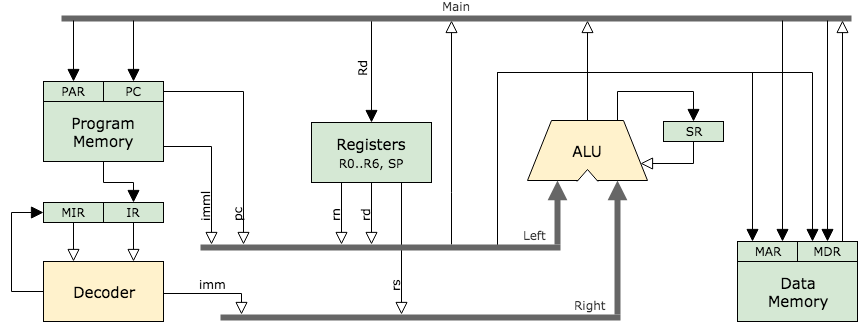
John-Lluch/CPU74 keeps this draw.io diagram as Docs/CPU74Diagram.png. Above is the earlier version. Source tidied: cells renumbered, new cells last; positions are measured from the earlier drawing's top-left corner, leaving out a move shared by most shapes.
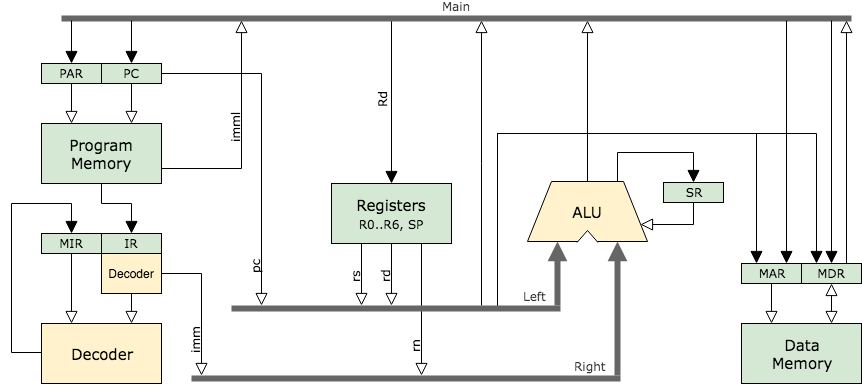
After the change.

What changed in the source:
```diff
@@ -12,8 +12,8 @@
     <mxCell id="3" style="edgeStyle=orthogonalEdgeStyle;rounded=0;jettySize=auto;html=1;labelBackgroundColor=none;startSize=10;endArrow=block;endFill=0;endSize=10;strokeWidth=1;fontFamily=Verdana;fontSize=14;align=center;strokeColor=#000000;shadow=0;comic=0;" parent="1" edge="1" source="11" target="15">
       <mxGeometry relative="1" as="geometry">
         <Array as="points">
-          <mxPoint x="440" y="179" />
-          <mxPoint x="440" y="179" />
+          <mxPoint x="470" y="89" />
+          <mxPoint x="470" y="89" />
         </Array>
       </mxGeometry>
     </mxCell>
@@ -31,33 +31,33 @@
         <mxPoint x="486" y="231" as="sourcePoint" />
         <Array as="points">
           <mxPoint x="486" y="59" />
-          <mxPoint x="741" y="59" />
+          <mxPoint x="745" y="59" />
         </Array>
       </mxGeometry>
     </mxCell>
-    <mxCell id="8" value="rs" style="edgeStyle=none;rounded=0;jettySize=auto;html=1;exitX=0.75;exitY=1;exitDx=0;exitDy=0;fontFamily=Verdana;fontSize=12;labelPosition=center;verticalLabelPosition=middle;align=left;verticalAlign=bottom;horizontal=0;strokeWidth=1;labelBackgroundColor=none;spacing=0;spacingRight=2;endArrow=block;endFill=0;endSize=10;startSize=10;" parent="1" edge="1" source="10" target="13">
+    <mxCell id="8" value="rn" style="edgeStyle=none;rounded=0;jettySize=auto;html=1;exitX=0.75;exitY=1;exitDx=0;exitDy=0;fontFamily=Verdana;fontSize=12;labelPosition=center;verticalLabelPosition=middle;align=left;verticalAlign=bottom;horizontal=0;strokeWidth=1;labelBackgroundColor=none;spacing=0;spacingRight=2;endArrow=block;endFill=0;endSize=10;startSize=10;" parent="1" edge="1" source="10" target="13">
       <mxGeometry x="0.67" relative="1" as="geometry" />
     </mxCell>
     <mxCell id="9" value="Rd" style="edgeStyle=none;rounded=0;jettySize=auto;html=1;labelBackgroundColor=none;startSize=10;endArrow=block;endFill=1;endSize=10;strokeWidth=1;fontFamily=Verdana;fontSize=12;align=center;entryX=0.5;entryY=0;entryDx=0;entryDy=0;horizontal=0;verticalAlign=bottom;spacingRight=6;startArrow=none;startFill=0;" parent="1" edge="1" source="15" target="10">
       <mxGeometry relative="1" as="geometry" />
     </mxCell>
     <mxCell id="10" value="&lt;font&gt;Registers&lt;br&gt;&lt;font style=&quot;font-size: 12px&quot;&gt;R0..R6, SP&lt;/font&gt;&lt;/font&gt;" style="text;html=1;strokeColor=#000000;fillColor=#d5e8d4;align=center;verticalAlign=middle;whiteSpace=wrap;rounded=0;strokeWidth=1;fontFamily=Verdana;fontSize=15;" parent="1" vertex="1">
-      <mxGeometry x="300" y="109" width="120" height="60" as="geometry" />
+      <mxGeometry x="320" y="109" width="120" height="60" as="geometry" />
     </mxCell>
     <mxCell id="11" value="Left&amp;nbsp;" style="line;strokeWidth=6;html=1;perimeter=backbonePerimeter;points=[];outlineConnect=0;fontFamily=Verdana;fontSize=12;horizontal=1;verticalAlign=bottom;labelBackgroundColor=none;align=right;spacing=6;fillColor=#f5f5f5;strokeColor=#666666;fontColor=#333333;" parent="1" vertex="1">
-      <mxGeometry x="189" y="229" width="360" height="10" as="geometry" />
+      <mxGeometry x="220" y="229" width="329" height="10" as="geometry" />
     </mxCell>
-    <mxCell id="12" value="rn" style="edgeStyle=none;rounded=0;jettySize=auto;html=1;exitX=0.25;exitY=1;exitDx=0;exitDy=0;fontFamily=Verdana;fontSize=12;labelPosition=center;verticalLabelPosition=middle;align=left;verticalAlign=bottom;horizontal=0;labelBackgroundColor=none;spacing=0;spacingRight=2;endArrow=block;endFill=0;strokeWidth=1;endSize=10;startSize=10;" parent="1" edge="1" source="10" target="11">
+    <mxCell id="12" value="rs" style="edgeStyle=none;rounded=0;jettySize=auto;html=1;exitX=0.25;exitY=1;exitDx=0;exitDy=0;fontFamily=Verdana;fontSize=12;labelPosition=center;verticalLabelPosition=middle;align=left;verticalAlign=bottom;horizontal=0;labelBackgroundColor=none;spacing=0;spacingRight=2;endArrow=block;endFill=0;strokeWidth=1;endSize=10;startSize=10;" parent="1" edge="1" source="10" target="11">
       <mxGeometry x="0.29" relative="1" as="geometry" />
     </mxCell>
     <mxCell id="13" value="Right&amp;nbsp;" style="line;strokeWidth=6;html=1;perimeter=backbonePerimeter;points=[];outlineConnect=0;fontFamily=Verdana;fontSize=12;spacing=6;verticalAlign=bottom;shadow=0;align=right;fillColor=#f5f5f5;strokeColor=#666666;fontColor=#333333;labelBackgroundColor=none;" parent="1" vertex="1">
-      <mxGeometry x="209" y="299" width="400" height="10" as="geometry" />
+      <mxGeometry x="180" y="299" width="429" height="10" as="geometry" />
     </mxCell>
     <mxCell id="14" style="edgeStyle=none;rounded=0;jettySize=auto;html=1;fontFamily=Verdana;fontSize=14;labelPosition=right;verticalLabelPosition=middle;align=center;verticalAlign=bottom;horizontal=0;labelBackgroundColor=none;spacing=6;spacingRight=2;endArrow=block;endFill=0;strokeWidth=6;endSize=4;startSize=4;entryX=0.25;entryY=1;entryDx=0;entryDy=0;fillColor=#f5f5f5;strokeColor=#666666;" parent="1" edge="1" source="11" target="4">
       <mxGeometry relative="1" as="geometry" />
     </mxCell>
     <mxCell id="15" value="Main" style="line;strokeWidth=6;html=1;perimeter=backbonePerimeter;points=[];outlineConnect=0;fontFamily=Verdana;fontSize=12;spacing=6;verticalAlign=bottom;fillColor=#f5f5f5;strokeColor=#666666;shadow=0;align=center;fontColor=#333333;labelBackgroundColor=none;" parent="1" vertex="1">
-      <mxGeometry x="50" width="790" height="10" as="geometry" />
+      <mxGeometry x="50" y="-61" width="790" height="10" as="geometry" />
     </mxCell>
     <mxCell id="16" style="edgeStyle=none;rounded=0;jettySize=auto;html=1;exitX=0.75;exitY=0;exitDx=0;exitDy=0;labelBackgroundColor=none;startSize=10;endArrow=block;endFill=0;endSize=10;strokeWidth=1;fontFamily=Verdana;fontSize=14;align=center;" parent="1" edge="1" source="23" target="15">
       <mxGeometry relative="1" as="geometry" />
@@ -74,24 +74,12 @@
     <mxCell id="20" style="rounded=0;whiteSpace=wrap;html=1;shadow=0;labelBackgroundColor=none;strokeWidth=1;fontFamily=Verdana;fontSize=14;align=right;strokeColor=none;" parent="18" vertex="1">
       <mxGeometry y="18" width="30" height="10" as="geometry" />
     </mxCell>
-    <mxCell id="21" style="group;" parent="1" vertex="1">
-      <mxGeometry x="726" y="228" width="120" height="80" as="geometry" />
-    </mxCell>
-    <mxCell id="22" value="Data&lt;br&gt;Memory" style="text;html=1;strokeColor=#000000;fillColor=#d5e8d4;align=center;verticalAlign=middle;whiteSpace=wrap;rounded=0;strokeWidth=1;fontFamily=Verdana;fontSize=15;" parent="21" vertex="1">
-      <mxGeometry y="20" width="120" height="60" as="geometry" />
-    </mxCell>
-    <mxCell id="23" value="&lt;font style=&quot;font-size: 12px;&quot;&gt;MDR&lt;/font&gt;" style="text;html=1;strokeColor=#000000;fillColor=#d5e8d4;align=center;verticalAlign=middle;whiteSpace=wrap;rounded=0;strokeWidth=1;fontFamily=Verdana;fontSize=12;" parent="21" vertex="1">
-      <mxGeometry x="60" width="60" height="20" as="geometry" />
-    </mxCell>
-    <mxCell id="24" value="&lt;font style=&quot;font-size: 12px;&quot;&gt;MAR&lt;/font&gt;" style="text;html=1;strokeColor=#000000;fillColor=#d5e8d4;align=center;verticalAlign=middle;whiteSpace=wrap;rounded=0;strokeWidth=1;fontFamily=Verdana;fontSize=12;horizontal=1;" parent="21" vertex="1">
-      <mxGeometry width="60" height="20" as="geometry" />
-    </mxCell>
     <mxCell id="25" style="edgeStyle=orthogonalEdgeStyle;rounded=0;jettySize=auto;html=1;labelBackgroundColor=none;startSize=10;endArrow=block;endFill=1;endSize=10;strokeWidth=1;fontFamily=Verdana;fontSize=14;align=center;entryX=0.25;entryY=0;entryDx=0;entryDy=0;" parent="1" edge="1" target="23">
       <mxGeometry relative="1" as="geometry">
         <mxPoint x="486" y="231" as="sourcePoint" />
         <Array as="points">
           <mxPoint x="486" y="59" />
-          <mxPoint x="801" y="59" />
+          <mxPoint x="805" y="59" />
         </Array>
       </mxGeometry>
     </mxCell>
@@ -104,74 +92,102 @@
     <mxCell id="28" value="&lt;font style=&quot;font-size: 12px;&quot;&gt;SR&lt;/font&gt;" style="text;html=1;strokeColor=#000000;fillColor=#d5e8d4;align=center;verticalAlign=middle;whiteSpace=wrap;rounded=0;strokeWidth=1;fontFamily=Verdana;fontSize=12;" parent="1" vertex="1">
       <mxGeometry x="652" y="108" width="60" height="20" as="geometry" />
     </mxCell>
-    <mxCell id="29" style="group;" parent="1" vertex="1">
-      <mxGeometry x="32" y="68" width="120" height="80" as="geometry" />
-    </mxCell>
-    <mxCell id="30" value="Program&lt;br&gt;Memory" style="text;html=1;strokeColor=#000000;fillColor=#d5e8d4;align=center;verticalAlign=middle;whiteSpace=wrap;rounded=0;strokeWidth=1;fontFamily=Verdana;fontSize=15;" parent="29" vertex="1">
-      <mxGeometry y="20" width="120" height="60" as="geometry" />
-    </mxCell>
-    <mxCell id="31" value="PC" style="text;html=1;strokeColor=#000000;fillColor=#d5e8d4;align=center;verticalAlign=middle;whiteSpace=wrap;rounded=0;strokeWidth=1;fontFamily=Verdana;fontSize=12;" parent="29" vertex="1">
-      <mxGeometry x="60" width="60" height="20" as="geometry" />
-    </mxCell>
-    <mxCell id="32" value="PAR" style="text;html=1;strokeColor=#000000;fillColor=#d5e8d4;align=center;verticalAlign=middle;whiteSpace=wrap;rounded=0;strokeWidth=1;fontFamily=Verdana;fontSize=12;" parent="29" vertex="1">
-      <mxGeometry width="60" height="20" as="geometry" />
-    </mxCell>
-    <mxCell id="33" style="edgeStyle=orthogonalEdgeStyle;rounded=0;jettySize=auto;html=1;exitX=0;exitY=0.5;exitDx=0;exitDy=0;labelBackgroundColor=none;startSize=10;endArrow=block;endFill=1;endSize=10;strokeWidth=1;fontFamily=Verdana;fontSize=14;align=center;entryX=0;entryY=0.5;entryDx=0;entryDy=0;" parent="1" edge="1" source="35" target="39">
+    <mxCell id="33" style="edgeStyle=orthogonalEdgeStyle;rounded=0;jettySize=auto;html=1;exitX=0;exitY=0.5;exitDx=0;exitDy=0;labelBackgroundColor=none;startSize=10;endArrow=block;endFill=1;endSize=10;strokeWidth=1;fontFamily=Verdana;fontSize=14;align=center;entryX=0.5;entryY=0;entryDx=0;entryDy=0;" parent="1" edge="1" source="35" target="39">
       <mxGeometry relative="1" as="geometry">
         <Array as="points">
+          <mxPoint x="30" y="278" />
           <mxPoint y="278" />
-          <mxPoint y="199" />
+          <mxPoint y="129" />
+          <mxPoint x="60" y="129" />
         </Array>
       </mxGeometry>
     </mxCell>
-    <mxCell id="34" value="imm" style="edgeStyle=orthogonalEdgeStyle;rounded=0;jettySize=auto;html=1;exitX=1;exitY=0.5;exitDx=0;exitDy=0;labelBackgroundColor=none;startSize=10;endArrow=block;endFill=0;endSize=10;strokeWidth=1;fontFamily=Verdana;fontSize=12;align=center;verticalAlign=bottom;" parent="1" edge="1" source="35" target="13">
-      <mxGeometry relative="1" as="geometry">
+    <mxCell id="34" value="imm" style="edgeStyle=orthogonalEdgeStyle;rounded=0;jettySize=auto;html=1;exitX=1;exitY=0.5;exitDx=0;exitDy=0;labelBackgroundColor=none;startSize=10;endArrow=block;endFill=0;endSize=10;strokeWidth=1;fontFamily=Verdana;fontSize=12;align=left;verticalAlign=bottom;horizontal=0;spacing=0;spacingRight=2;" parent="1" edge="1" source="50" target="13">
+      <mxGeometry x="0.7" relative="1" as="geometry">
         <Array as="points">
-          <mxPoint x="152" y="280" />
-          <mxPoint x="230" y="280" />
+          <mxPoint x="190" y="199" />
         </Array>
       </mxGeometry>
     </mxCell>
     <mxCell id="35" value="Decoder" style="text;html=1;strokeColor=#000000;fillColor=#fff2cc;align=center;verticalAlign=middle;whiteSpace=wrap;rounded=0;strokeWidth=1;fontFamily=Verdana;fontSize=15;" parent="1" vertex="1">
-      <mxGeometry x="32" y="248" width="120" height="60" as="geometry" />
+      <mxGeometry x="30" y="249" width="120" height="60" as="geometry" />
     </mxCell>
-    <mxCell id="36" style="edgeStyle=none;rounded=0;jettySize=auto;html=1;exitX=0.5;exitY=1;exitDx=0;exitDy=0;entryX=0.75;entryY=0;entryDx=0;entryDy=0;labelBackgroundColor=none;startSize=10;endArrow=block;endFill=0;endSize=10;strokeWidth=1;fontFamily=Verdana;fontSize=14;align=center;" parent="1" edge="1" source="37" target="35">
-      <mxGeometry relative="1" as="geometry" />
-    </mxCell>
     <mxCell id="37" value="IR" style="text;html=1;strokeColor=#000000;fillColor=#d5e8d4;align=center;verticalAlign=middle;whiteSpace=wrap;rounded=0;strokeWidth=1;fontFamily=Verdana;fontSize=12;" parent="1" vertex="1">
-      <mxGeometry x="92" y="189" width="60" height="20" as="geometry" />
+      <mxGeometry x="90" y="159" width="60" height="20" as="geometry" />
     </mxCell>
     <mxCell id="38" style="edgeStyle=none;rounded=0;jettySize=auto;html=1;exitX=0.5;exitY=1;exitDx=0;exitDy=0;labelBackgroundColor=none;startSize=10;endArrow=block;endFill=0;endSize=10;strokeWidth=1;fontFamily=Verdana;fontSize=14;align=center;entryX=0.25;entryY=0;entryDx=0;entryDy=0;" parent="1" edge="1" source="39" target="35">
       <mxGeometry relative="1" as="geometry" />
     </mxCell>
     <mxCell id="39" value="MIR" style="text;html=1;strokeColor=#000000;fillColor=#d5e8d4;align=center;verticalAlign=middle;whiteSpace=wrap;rounded=0;strokeWidth=1;fontFamily=Verdana;fontSize=12;" parent="1" vertex="1">
-      <mxGeometry x="32" y="189" width="60" height="20" as="geometry" />
+      <mxGeometry x="30" y="159" width="60" height="20" as="geometry" />
     </mxCell>
     <mxCell id="40" style="edgeStyle=orthogonalEdgeStyle;rounded=0;jettySize=auto;html=1;exitX=0.5;exitY=1;exitDx=0;exitDy=0;entryX=0.5;entryY=0;entryDx=0;entryDy=0;labelBackgroundColor=none;startSize=10;endArrow=block;endFill=1;endSize=10;strokeWidth=1;fontFamily=Verdana;fontSize=14;align=center;" parent="1" edge="1" source="30" target="37">
-      <mxGeometry relative="1" as="geometry" />
+      <mxGeometry relative="1" as="geometry">
+        <Array as="points">
+          <mxPoint x="90" y="129" />
+          <mxPoint x="120" y="129" />
+        </Array>
+      </mxGeometry>
     </mxCell>
-    <mxCell id="41" value="imml" style="edgeStyle=orthogonalEdgeStyle;rounded=0;jettySize=auto;html=1;labelBackgroundColor=none;startSize=10;endArrow=block;endFill=0;endSize=10;strokeWidth=1;fontFamily=Verdana;fontSize=12;align=left;verticalAlign=bottom;horizontal=0;exitX=1;exitY=0.75;exitDx=0;exitDy=0;spacing=0;spacingRight=2;" parent="1" edge="1" source="30" target="11">
-      <mxGeometry x="0.7" relative="1" as="geometry">
+    <mxCell id="41" value="imml" style="edgeStyle=orthogonalEdgeStyle;rounded=0;jettySize=auto;html=1;labelBackgroundColor=none;startSize=10;endArrow=block;endFill=0;endSize=10;strokeWidth=1;fontFamily=Verdana;fontSize=12;align=left;verticalAlign=bottom;horizontal=0;exitX=1;exitY=0.75;exitDx=0;exitDy=0;spacing=0;spacingRight=2;" parent="1" edge="1" source="30" target="15">
+      <mxGeometry x="-0.3" y="25" relative="1" as="geometry">
         <Array as="points">
-          <mxPoint x="200" y="133" />
+          <mxPoint x="230" y="94" />
         </Array>
+        <mxPoint x="25" y="-25" as="offset" />
       </mxGeometry>
     </mxCell>
+    <mxCell id="44" value="pc" style="edgeStyle=orthogonalEdgeStyle;rounded=0;jettySize=auto;html=1;exitX=1;exitY=0.5;exitDx=0;exitDy=0;labelBackgroundColor=none;startSize=10;endArrow=block;endFill=0;endSize=10;strokeWidth=1;fontFamily=Verdana;fontSize=12;align=left;horizontal=0;verticalAlign=bottom;spacing=0;spacingRight=2;" parent="1" edge="1" source="31" target="11">
+      <mxGeometry x="0.81" relative="1" as="geometry">
+        <Array as="points">
+          <mxPoint x="250" y="-1" />
+        </Array>
+      </mxGeometry>
+    </mxCell>
+    <mxCell id="45" value="rd" style="edgeStyle=none;rounded=0;jettySize=auto;html=1;exitX=0.5;exitY=1;exitDx=0;exitDy=0;fontFamily=Verdana;fontSize=12;labelPosition=center;verticalLabelPosition=middle;align=left;verticalAlign=bottom;horizontal=0;labelBackgroundColor=none;spacing=0;spacingRight=2;endArrow=block;endFill=0;strokeWidth=1;endSize=10;startSize=10;" parent="1" edge="1" source="10" target="11">
+      <mxGeometry x="0.29" relative="1" as="geometry" />
+    </mxCell>
+    <mxCell id="22" value="Data&lt;br&gt;Memory" style="text;html=1;strokeColor=#000000;fillColor=#d5e8d4;align=center;verticalAlign=middle;whiteSpace=wrap;rounded=0;strokeWidth=1;fontFamily=Verdana;fontSize=15;" parent="1" vertex="1">
+      <mxGeometry x="730" y="249" width="120" height="60" as="geometry" />
+    </mxCell>
+    <mxCell id="23" value="&lt;font style=&quot;font-size: 12px;&quot;&gt;MDR&lt;/font&gt;" style="text;html=1;strokeColor=#000000;fillColor=#d5e8d4;align=center;verticalAlign=middle;whiteSpace=wrap;rounded=0;strokeWidth=1;fontFamily=Verdana;fontSize=12;" parent="1" vertex="1">
+      <mxGeometry x="790" y="189" width="60" height="20" as="geometry" />
+    </mxCell>
+    <mxCell id="24" value="&lt;font style=&quot;font-size: 12px;&quot;&gt;MAR&lt;/font&gt;" style="text;html=1;strokeColor=#000000;fillColor=#d5e8d4;align=center;verticalAlign=middle;whiteSpace=wrap;rounded=0;strokeWidth=1;fontFamily=Verdana;fontSize=12;horizontal=1;" parent="1" vertex="1">
+      <mxGeometry x="730" y="189" width="60" height="20" as="geometry" />
+    </mxCell>
+    <mxCell id="46" style="edgeStyle=orthogonalEdgeStyle;rounded=0;jettySize=auto;html=1;exitX=0.5;exitY=1;exitDx=0;exitDy=0;entryX=0.25;entryY=0;entryDx=0;entryDy=0;startSize=10;endArrow=block;endFill=0;endSize=10;" parent="1" edge="1" source="24" target="22">
+      <mxGeometry relative="1" as="geometry" />
+    </mxCell>
+    <mxCell id="47" style="edgeStyle=orthogonalEdgeStyle;rounded=0;jettySize=auto;html=1;exitX=0.5;exitY=1;exitDx=0;exitDy=0;entryX=0.75;entryY=0;entryDx=0;entryDy=0;startSize=10;endArrow=block;endFill=0;endSize=10;startArrow=block;startFill=0;" parent="1" edge="1" source="23" target="22">
+      <mxGeometry relative="1" as="geometry" />
+    </mxCell>
+    <mxCell id="30" value="Program&lt;br&gt;Memory" style="text;html=1;strokeColor=#000000;fillColor=#d5e8d4;align=center;verticalAlign=middle;whiteSpace=wrap;rounded=0;strokeWidth=1;fontFamily=Verdana;fontSize=15;" parent="1" vertex="1">
+      <mxGeometry x="30" y="49" width="120" height="60" as="geometry" />
+    </mxCell>
+    <mxCell id="48" style="edgeStyle=orthogonalEdgeStyle;rounded=0;jettySize=auto;html=1;exitX=0.5;exitY=1;exitDx=0;exitDy=0;entryX=0.25;entryY=0;entryDx=0;entryDy=0;endSize=10;startSize=10;endArrow=block;endFill=0;" parent="1" edge="1" source="32" target="30">
+      <mxGeometry relative="1" as="geometry" />
+    </mxCell>
+    <mxCell id="49" style="edgeStyle=orthogonalEdgeStyle;rounded=0;jettySize=auto;html=1;exitX=0.5;exitY=1;exitDx=0;exitDy=0;entryX=0.75;entryY=0;entryDx=0;entryDy=0;startSize=10;endArrow=block;endFill=0;endSize=10;" parent="1" edge="1" source="31" target="30">
+      <mxGeometry relative="1" as="geometry" />
+    </mxCell>
+    <mxCell id="31" value="PC" style="text;html=1;strokeColor=#000000;fillColor=#d5e8d4;align=center;verticalAlign=middle;whiteSpace=wrap;rounded=0;strokeWidth=1;fontFamily=Verdana;fontSize=12;" parent="1" vertex="1">
+      <mxGeometry x="90" y="-11" width="60" height="20" as="geometry" />
+    </mxCell>
+    <mxCell id="32" value="PAR" style="text;html=1;strokeColor=#000000;fillColor=#d5e8d4;align=center;verticalAlign=middle;whiteSpace=wrap;rounded=0;strokeWidth=1;fontFamily=Verdana;fontSize=12;" parent="1" vertex="1">
+      <mxGeometry x="30" y="-11" width="60" height="20" as="geometry" />
+    </mxCell>
     <mxCell id="42" style="edgeStyle=none;rounded=0;jettySize=auto;html=1;labelBackgroundColor=none;startSize=10;endArrow=block;endFill=1;endSize=10;strokeWidth=1;fontFamily=Verdana;fontSize=14;align=center;entryX=0.5;entryY=0;entryDx=0;entryDy=0;" parent="1" edge="1" source="15" target="32">
       <mxGeometry relative="1" as="geometry" />
     </mxCell>
     <mxCell id="43" style="edgeStyle=none;rounded=0;jettySize=auto;html=1;labelBackgroundColor=none;startSize=10;endArrow=block;endFill=1;endSize=10;strokeWidth=1;fontFamily=Verdana;fontSize=14;align=center;entryX=0.5;entryY=0;entryDx=0;entryDy=0;" parent="1" edge="1" source="15" target="31">
       <mxGeometry relative="1" as="geometry" />
     </mxCell>
-    <mxCell id="44" value="pc" style="edgeStyle=orthogonalEdgeStyle;rounded=0;jettySize=auto;html=1;exitX=1;exitY=0.5;exitDx=0;exitDy=0;labelBackgroundColor=none;startSize=10;endArrow=block;endFill=0;endSize=10;strokeWidth=1;fontFamily=Verdana;fontSize=12;align=left;horizontal=0;verticalAlign=bottom;spacing=0;spacingRight=2;" parent="1" edge="1" source="31" target="11">
-      <mxGeometry x="0.81" relative="1" as="geometry">
-        <Array as="points">
-          <mxPoint x="232" y="78" />
-        </Array>
-      </mxGeometry>
-    </mxCell>
-    <mxCell id="45" value="rd" style="edgeStyle=none;rounded=0;jettySize=auto;html=1;exitX=0.5;exitY=1;exitDx=0;exitDy=0;fontFamily=Verdana;fontSize=12;labelPosition=center;verticalLabelPosition=middle;align=left;verticalAlign=bottom;horizontal=0;labelBackgroundColor=none;spacing=0;spacingRight=2;endArrow=block;endFill=0;strokeWidth=1;endSize=10;startSize=10;" parent="1" edge="1" source="10" target="11">
-      <mxGeometry x="0.29" relative="1" as="geometry" />
-    </mxCell>
+    <mxCell id="50" value="Decoder" style="rounded=0;whiteSpace=wrap;html=1;fillColor=#fff2cc;strokeColor=#000000;" parent="1" vertex="1">
+      <mxGeometry x="90" y="179" width="60" height="40" as="geometry" />
+    </mxCell>
+    <mxCell id="36" style="edgeStyle=none;rounded=0;jettySize=auto;html=1;exitX=0.5;exitY=1;exitDx=0;exitDy=0;entryX=0.75;entryY=0;entryDx=0;entryDy=0;labelBackgroundColor=none;startSize=10;endArrow=block;endFill=0;endSize=10;strokeWidth=1;fontFamily=Verdana;fontSize=14;align=center;" parent="1" edge="1" source="50" target="35">
+      <mxGeometry relative="1" as="geometry" />
+    </mxCell>
   </root>
 </mxGraphModel>
```
